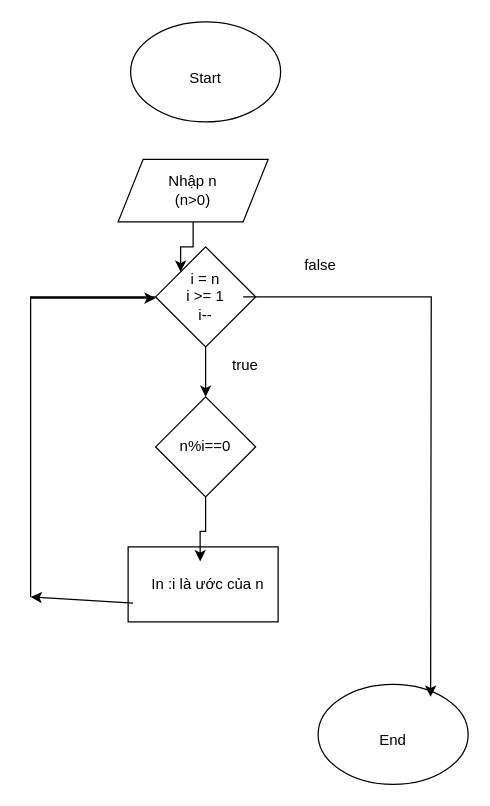
Earlier version of the draw.io diagram Bai4.drawio (BimBipUNu/BaiTapTongHopC). Source tidied: cells renumbered, new cells numbered last; positions are measured from the earlier drawing's top-left corner, leaving out a move shared by most shapes. Both pictures are drawn from the tidied source at 125%, with x=0, y=0 at pixel (30, 21).
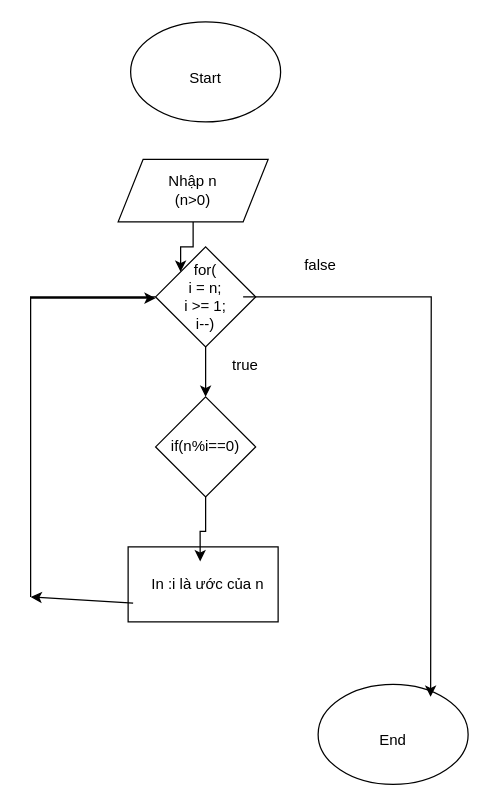
After the change.

Change to the diagram source:
```diff
@@
-    <mxCell id="12" value="i = n&lt;br&gt;i &amp;gt;= 1&lt;br&gt;i--" style="text;strokeColor=none;align=center;fillColor=none;html=1;verticalAlign=middle;whiteSpace=wrap;rounded=0;" parent="1" vertex="1">
+    <mxCell id="12" value="for(&lt;br&gt;i = n;&lt;br&gt;i &amp;gt;= 1;&lt;br&gt;i--)" style="text;strokeColor=none;align=center;fillColor=none;html=1;verticalAlign=middle;whiteSpace=wrap;rounded=0;" parent="1" vertex="1">
       <mxGeometry x="110" y="205" width="60" height="30" as="geometry" />
     </mxCell>
@@
-    <mxCell id="14" value="n%i==0" style="text;strokeColor=none;align=center;fillColor=none;html=1;verticalAlign=middle;whiteSpace=wrap;rounded=0;" parent="1" vertex="1">
+    <mxCell id="14" value="if(n%i==0)" style="text;strokeColor=none;align=center;fillColor=none;html=1;verticalAlign=middle;whiteSpace=wrap;rounded=0;" parent="1" vertex="1">
       <mxGeometry x="110" y="325" width="60" height="30" as="geometry" />
     </mxCell>
```
